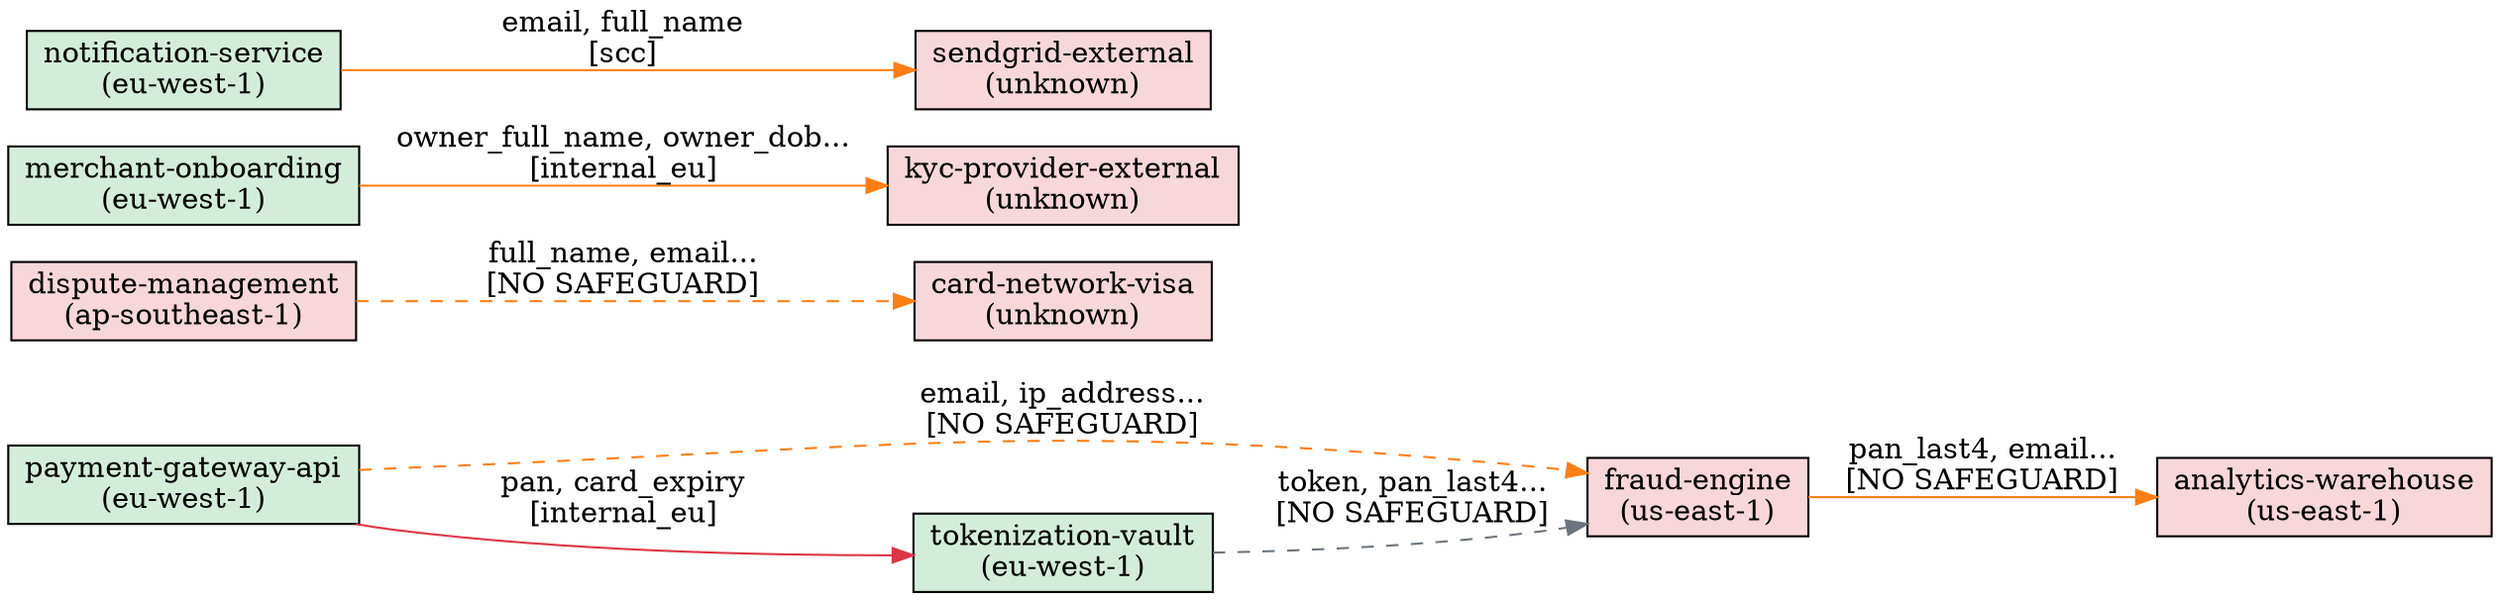
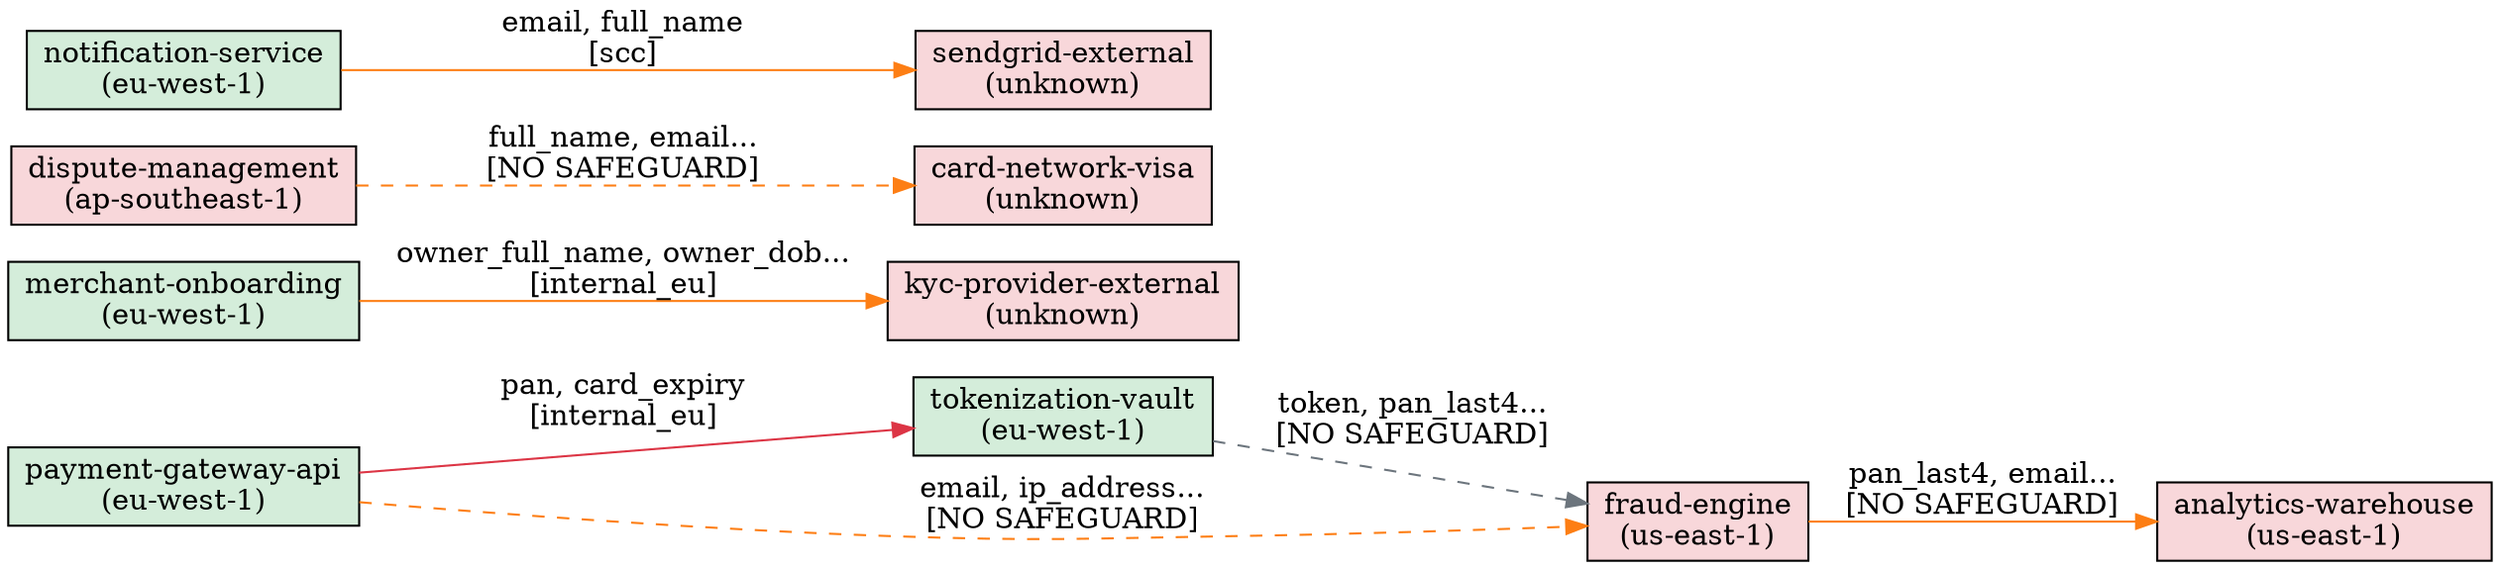
digraph data_flows {
  rankdir=LR;
  node [shape=box, style=filled];

+   "tokenization-vault" [label="tokenization-vault\n(eu-west-1)", fillcolor="#d4edda"];
+   "fraud-engine" [label="fraud-engine\n(us-east-1)", fillcolor="#f8d7da"];
+   "kyc-provider-external" [label="kyc-provider-external\n(unknown)", fillcolor="#f8d7da"];
+   "merchant-onboarding" [label="merchant-onboarding\n(eu-west-1)", fillcolor="#d4edda"];
+   "analytics-warehouse" [label="analytics-warehouse\n(us-east-1)", fillcolor="#f8d7da"];
+   "dispute-management" [label="dispute-management\n(ap-southeast-1)", fillcolor="#f8d7da"];
+   "sendgrid-external" [label="sendgrid-external\n(unknown)", fillcolor="#f8d7da"];
  "payment-gateway-api" [label="payment-gateway-api\n(eu-west-1)", fillcolor="#d4edda"];
  "card-network-visa" [label="card-network-visa\n(unknown)", fillcolor="#f8d7da"];
-   "analytics-warehouse" [label="analytics-warehouse\n(us-east-1)", fillcolor="#f8d7da"];
-   "fraud-engine" [label="fraud-engine\n(us-east-1)", fillcolor="#f8d7da"];
-   "dispute-management" [label="dispute-management\n(ap-southeast-1)", fillcolor="#f8d7da"];
-   "merchant-onboarding" [label="merchant-onboarding\n(eu-west-1)", fillcolor="#d4edda"];
  "notification-service" [label="notification-service\n(eu-west-1)", fillcolor="#d4edda"];
-   "kyc-provider-external" [label="kyc-provider-external\n(unknown)", fillcolor="#f8d7da"];
-   "tokenization-vault" [label="tokenization-vault\n(eu-west-1)", fillcolor="#d4edda"];
-   "sendgrid-external" [label="sendgrid-external\n(unknown)", fillcolor="#f8d7da"];

  "payment-gateway-api" -> "tokenization-vault" [label="pan, card_expiry\n[internal_eu]", color="#dc3545", style=solid];
  "payment-gateway-api" -> "fraud-engine" [label="email, ip_address...\n[NO SAFEGUARD]", color="#fd7e14", style=dashed];
  "tokenization-vault" -> "fraud-engine" [label="token, pan_last4...\n[NO SAFEGUARD]", color="#6c757d", style=dashed];
  "fraud-engine" -> "analytics-warehouse" [label="pan_last4, email...\n[NO SAFEGUARD]", color="#fd7e14", style=solid];
  "notification-service" -> "sendgrid-external" [label="email, full_name\n[scc]", color="#fd7e14", style=solid];
  "merchant-onboarding" -> "kyc-provider-external" [label="owner_full_name, owner_dob...\n[internal_eu]", color="#fd7e14", style=solid];
  "dispute-management" -> "card-network-visa" [label="full_name, email...\n[NO SAFEGUARD]", color="#fd7e14", style=dashed];
}
